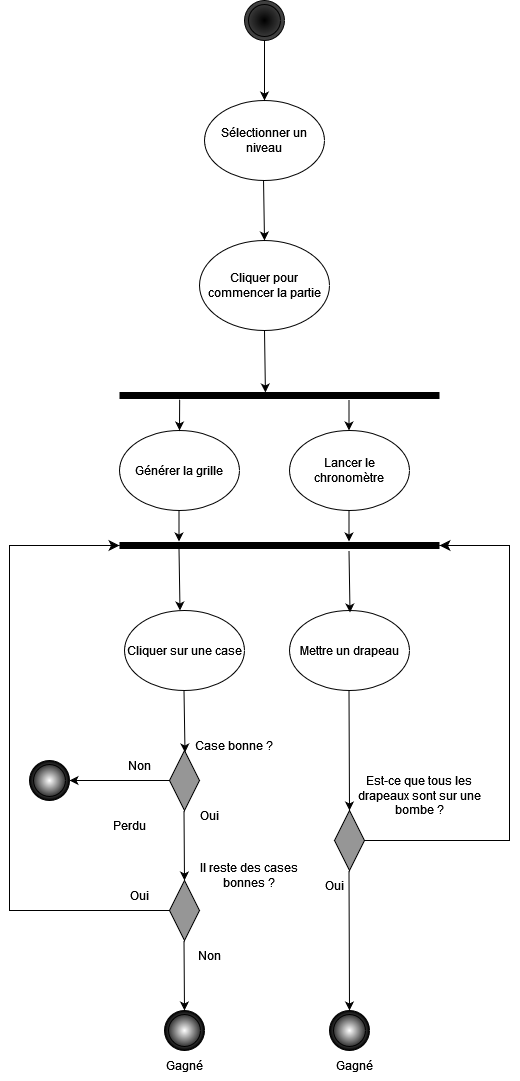
Above: diag_act.drawio.png in leonielrx/demineur (draw.io), before the change. Source tidied: cells renumbered, new cells last; positions are measured from the earlier drawing's top-left corner, leaving out a move shared by most shapes.
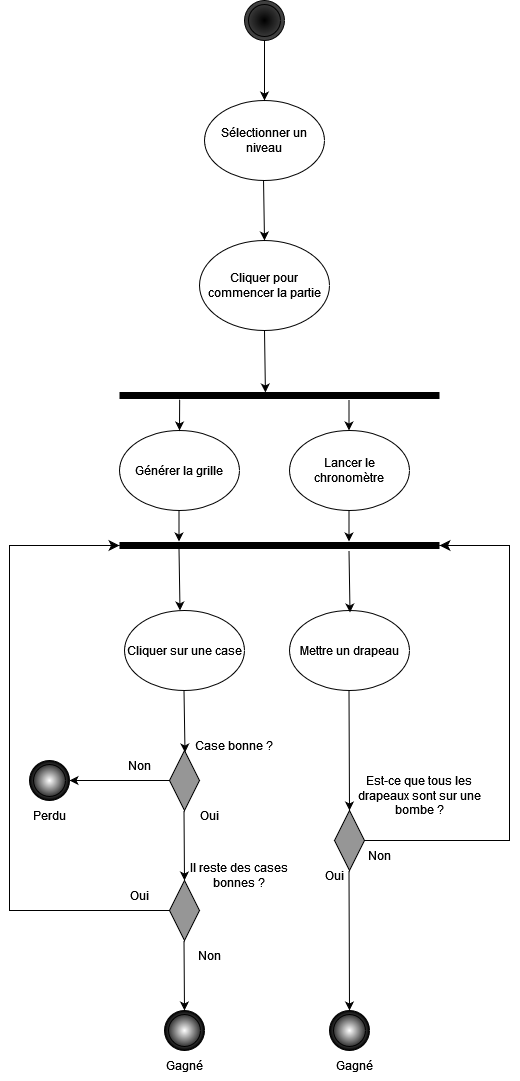
After the change.

Commit message:
Mettre à jour diag_act.drawio.png

Change to the diagram source:
```diff
@@ -81,7 +81,7 @@
       <mxGeometry x="100" y="750" width="60" height="30" as="geometry" />
     </mxCell>
     <mxCell id="21" value="Perdu" style="text;html=1;align=center;verticalAlign=middle;whiteSpace=wrap;rounded=0;" parent="1" vertex="1">
-      <mxGeometry x="90" y="810" width="60" height="30" as="geometry" />
+      <mxGeometry x="10" y="800" width="60" height="30" as="geometry" />
     </mxCell>
     <mxCell id="22" style="rhombus;whiteSpace=wrap;html=1;fillColor=#969696;" parent="1" vertex="1">
       <mxGeometry x="160" y="880" width="30" height="60" as="geometry" />
@@ -93,7 +93,7 @@
       </mxGeometry>
     </mxCell>
     <mxCell id="24" value="Il reste des cases bonnes ?" style="text;html=1;align=center;verticalAlign=middle;whiteSpace=wrap;rounded=0;" parent="1" vertex="1">
-      <mxGeometry x="190" y="860" width="100" height="30" as="geometry" />
+      <mxGeometry x="180" y="860" width="100" height="30" as="geometry" />
     </mxCell>
     <mxCell id="25" value="Non" style="text;html=1;align=center;verticalAlign=middle;whiteSpace=wrap;rounded=0;" parent="1" vertex="1">
       <mxGeometry x="170" y="940" width="60" height="30" as="geometry" />
@@ -154,7 +154,7 @@
       <mxGeometry x="320" y="1010" width="40" height="40" as="geometry" />
     </mxCell>
     <mxCell id="40" value="Oui" style="text;html=1;align=center;verticalAlign=middle;whiteSpace=wrap;rounded=0;" parent="1" vertex="1">
-      <mxGeometry x="295" y="870" width="60" height="30" as="geometry" />
+      <mxGeometry x="295" y="860" width="60" height="30" as="geometry" />
     </mxCell>
     <mxCell id="41" style="endArrow=classic;html=1;rounded=0;exitX=0.5;exitY=1;exitDx=0;exitDy=0;entryX=0.5;entryY=0;entryDx=0;entryDy=0;" parent="1" edge="1" target="39">
       <mxGeometry relative="1" as="geometry">
@@ -174,5 +174,8 @@
     <mxCell id="44" value="Gagné" style="text;html=1;align=center;verticalAlign=middle;whiteSpace=wrap;rounded=0;" parent="1" vertex="1">
       <mxGeometry x="315" y="1050" width="60" height="30" as="geometry" />
     </mxCell>
+    <mxCell id="45" value="Non" style="text;html=1;align=center;verticalAlign=middle;whiteSpace=wrap;rounded=0;" parent="1" vertex="1">
+      <mxGeometry x="340" y="840" width="60" height="30" as="geometry" />
+    </mxCell>
   </root>
 </mxGraphModel>
```
